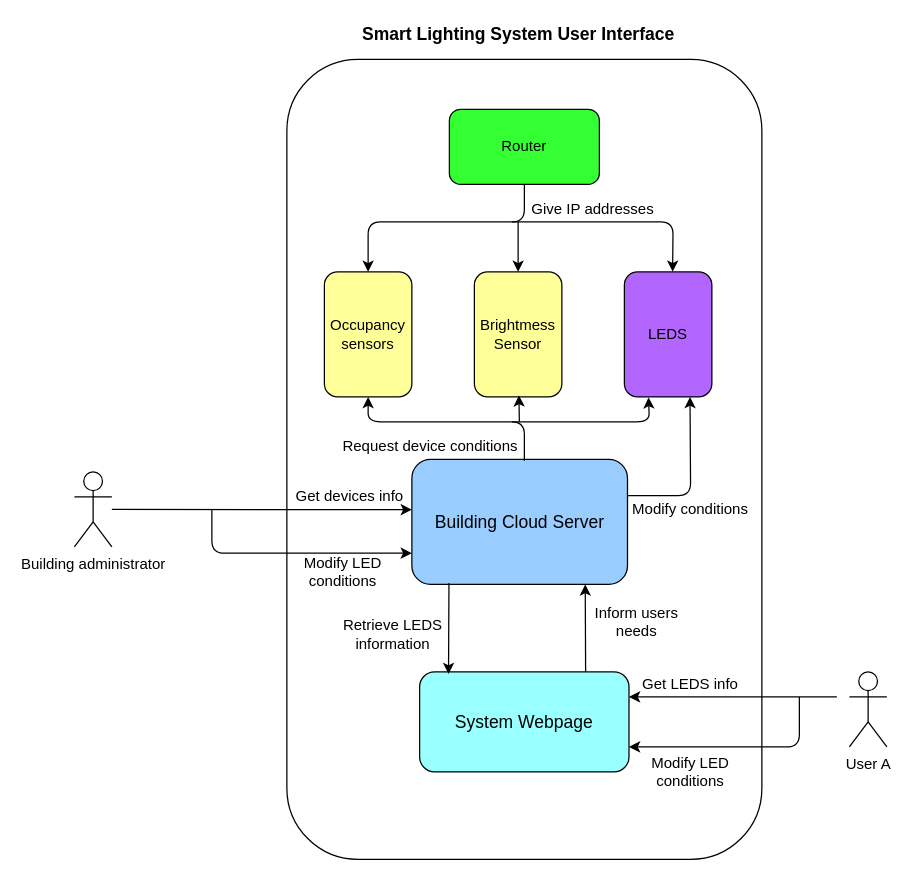
Above: Untitled Diagram.drawio in Allen-W426/java-8-lambdas-exercises (draw.io), before the change. Source tidied: cells renumbered, new cells numbered last; positions are measured from the earlier drawing's top-left corner, leaving out a move shared by most shapes. Both pictures are drawn from the tidied source at 125%, with x=0, y=0 at pixel (74, 21).
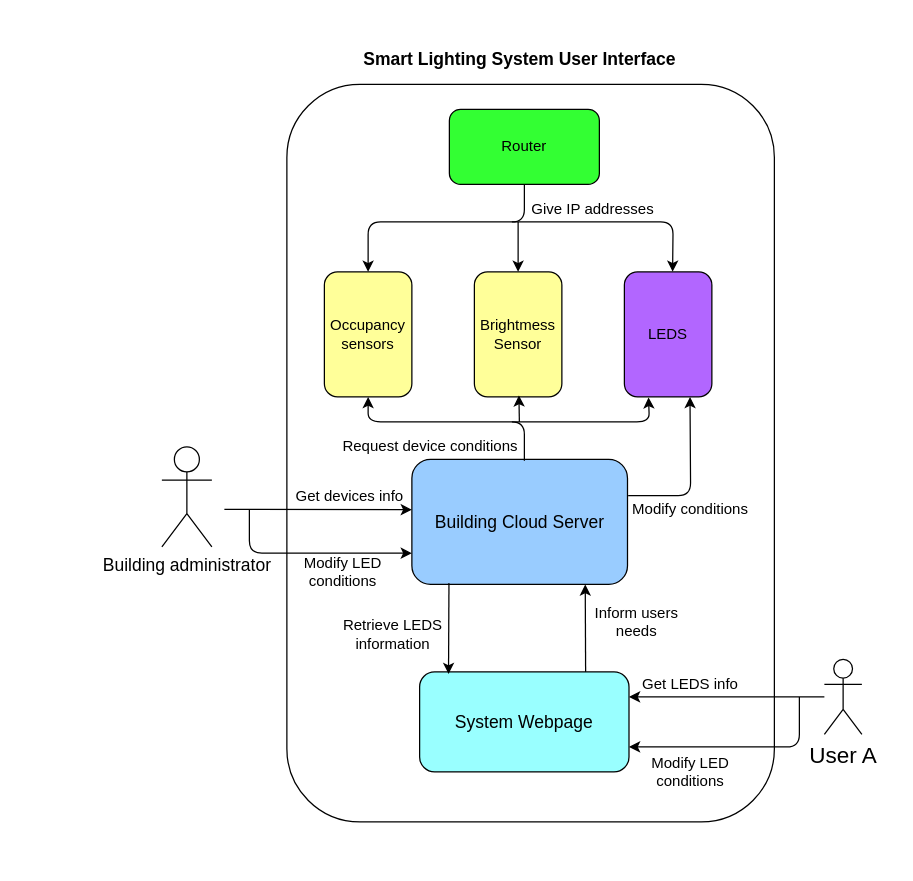
The same page after the edit.

Unchanged cells that the change refers to:
```xml
<mxCell id="14" value="&lt;font style=&quot;font-size: 14px&quot;&gt;Building Cloud Server&lt;/font&gt;" style="rounded=1;whiteSpace=wrap;html=1;fillColor=#99CCFF;" parent="1" vertex="1">
  <mxGeometry x="270" y="350" width="172.5" height="100" as="geometry" />
</mxCell>
<mxCell id="25" value="&lt;font style=&quot;font-size: 14px&quot;&gt;System Webpage&lt;/font&gt;" style="rounded=1;whiteSpace=wrap;html=1;fillColor=#99FFFF;" parent="1" vertex="1">
  <mxGeometry x="276.2" y="520" width="167.5" height="80" as="geometry" />
</mxCell>
```

Diff of the diagram source:
```diff
@@
     <mxCell id="2" style="rounded=1;whiteSpace=wrap;html=1;" parent="1" vertex="1">
-      <mxGeometry x="170" y="30" width="380" height="640" as="geometry" />
+      <mxGeometry x="170" y="50" width="390" height="590" as="geometry" />
     </mxCell>
     <mxCell id="3" value="&lt;font style=&quot;font-size: 14px&quot;&gt;&lt;b&gt;Smart Lighting System User Interface&lt;/b&gt;&lt;/font&gt;" style="text;html=1;align=center;verticalAlign=middle;strokeColor=none;" parent="1" vertex="1">
-      <mxGeometry x="220" width="270" height="20" as="geometry" />
+      <mxGeometry x="221.2" y="20" width="270" height="20" as="geometry" />
     </mxCell>
-    <mxCell id="4" value="Building administrator" style="shape=umlActor;verticalLabelPosition=bottom;verticalAlign=top;html=1;outlineConnect=0;" parent="1" vertex="1">
-      <mxGeometry y="360" width="30" height="60" as="geometry" />
+    <mxCell id="4" value="&lt;font style=&quot;font-size: 14px&quot;&gt;Building administrator&lt;/font&gt;" style="shape=umlActor;verticalLabelPosition=bottom;verticalAlign=top;html=1;outlineConnect=0;" parent="1" vertex="1">
+      <mxGeometry x="70" y="340" width="40" height="80" as="geometry" />
     </mxCell>
-    <mxCell id="5" value="User A" style="shape=umlActor;verticalLabelPosition=bottom;verticalAlign=top;html=1;" parent="1" vertex="1">
-      <mxGeometry x="620" y="520" width="30" height="60" as="geometry" />
+    <mxCell id="5" value="&lt;font style=&quot;font-size: 18px&quot;&gt;User A&lt;/font&gt;" style="shape=umlActor;verticalLabelPosition=bottom;verticalAlign=top;html=1;" parent="1" vertex="1">
+      <mxGeometry x="600" y="510" width="30" height="60" as="geometry" />
     </mxCell>
@@
-    <mxCell id="21" style="endArrow=classic;html=1;entryX=0;entryY=0.402;entryDx=0;entryDy=0;entryPerimeter=0;" parent="1" edge="1" source="4" target="14">
-      <mxGeometry relative="1" as="geometry" />
+    <mxCell id="21" style="endArrow=classic;html=1;entryX=0;entryY=0.402;entryDx=0;entryDy=0;entryPerimeter=0;" parent="1" edge="1" target="14">
+      <mxGeometry relative="1" as="geometry">
+        <mxPoint x="120" y="390" as="sourcePoint" />
+      </mxGeometry>
     </mxCell>
@@
     <mxCell id="23" style="endArrow=classic;html=1;entryX=0;entryY=0.75;entryDx=0;entryDy=0;" parent="1" edge="1" target="14">
       <mxGeometry relative="1" as="geometry">
-        <mxPoint x="110" y="390" as="sourcePoint" />
+        <mxPoint x="140" y="390" as="sourcePoint" />
         <Array as="points">
-          <mxPoint x="110" y="425" />
+          <mxPoint x="140" y="425" />
         </Array>
       </mxGeometry>
     </mxCell>
@@
     <mxCell id="30" style="endArrow=classic;html=1;entryX=1;entryY=0.25;entryDx=0;entryDy=0;" parent="1" edge="1" target="25">
       <mxGeometry relative="1" as="geometry">
-        <mxPoint x="610" y="540" as="sourcePoint" />
+        <mxPoint x="600" y="540" as="sourcePoint" />
       </mxGeometry>
     </mxCell>
```
